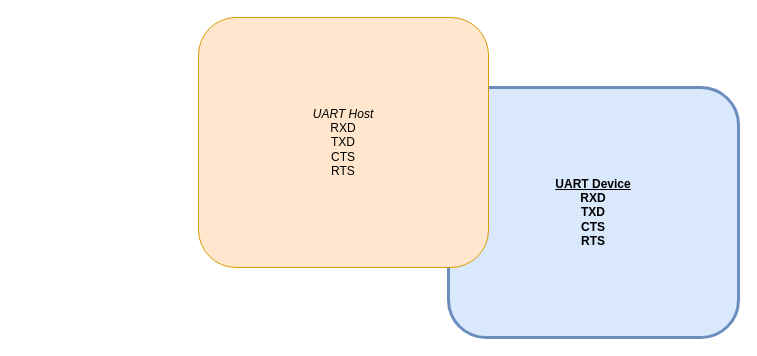
The draw.io diagram Untitled Diagram.drawio in bakulev/Device.Net, before the edit. Source tidied: cells renumbered, new cells numbered last; positions are measured from the earlier drawing's top-left corner, leaving out a move shared by most shapes. Both pictures are drawn from the tidied source at 100%, with x=0, y=0 at pixel (198, 17).
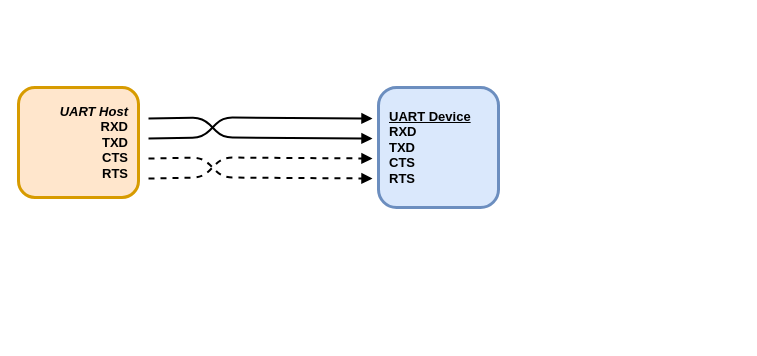
The same diagram, later.

The edit, as a diff of the source:
```diff
@@
 <mxGraphModel>
   <root>
     <mxCell id="0" />
     <mxCell id="1" parent="0" />
-    <mxCell id="2" value="&lt;div&gt;&lt;div&gt;&lt;b&gt;&lt;u&gt;UART Device&lt;/u&gt;&lt;/b&gt;&lt;/div&gt;&lt;div&gt;&lt;b&gt;RXD&lt;/b&gt;&lt;/div&gt;&lt;div&gt;&lt;b&gt;TXD&lt;/b&gt;&lt;/div&gt;&lt;div&gt;&lt;b&gt;CTS&lt;/b&gt;&lt;/div&gt;&lt;div&gt;&lt;b&gt;RTS&lt;/b&gt;&lt;/div&gt;&lt;/div&gt;" style="rounded=1;whiteSpace=wrap;html=1;fillColor=#dae8fc;strokeColor=#6c8ebf;strokeWidth=3;" parent="1" vertex="1">
-      <mxGeometry x="250" y="70" width="290" height="250" as="geometry" />
+    <mxCell id="2" value="&lt;div&gt;&lt;div&gt;&lt;u style=&quot;&quot;&gt;&lt;b&gt;UART Device&lt;/b&gt;&lt;/u&gt;&lt;/div&gt;&lt;div&gt;&lt;b&gt;RXD&lt;/b&gt;&lt;/div&gt;&lt;div&gt;&lt;b&gt;TXD&lt;/b&gt;&lt;/div&gt;&lt;div&gt;&lt;b&gt;CTS&lt;/b&gt;&lt;/div&gt;&lt;div&gt;&lt;b&gt;RTS&lt;/b&gt;&lt;/div&gt;&lt;/div&gt;" style="rounded=1;whiteSpace=wrap;html=1;fillColor=#dae8fc;strokeColor=#6c8ebf;strokeWidth=3;align=left;spacingRight=10;spacingLeft=11;fontSize=13;spacing=0;spacingTop=0;" parent="1" vertex="1">
+      <mxGeometry x="180" y="70" width="120" height="120" as="geometry" />
     </mxCell>
-    <mxCell id="3" value="&lt;div&gt;&lt;i&gt;UART Host&lt;/i&gt;&lt;/div&gt;&lt;div&gt;RXD&lt;/div&gt;&lt;div&gt;TXD&lt;/div&gt;&lt;div&gt;CTS&lt;/div&gt;&lt;div&gt;RTS&lt;/div&gt;" style="rounded=1;whiteSpace=wrap;html=1;fillColor=#ffe6cc;strokeColor=#d79b00;" parent="1" vertex="1">
-      <mxGeometry width="290" height="250" as="geometry" />
+    <mxCell id="3" value="&lt;div&gt;&lt;i&gt;&lt;b&gt;UART Host&lt;/b&gt;&lt;/i&gt;&lt;/div&gt;&lt;div&gt;&lt;b&gt;RXD&lt;/b&gt;&lt;/div&gt;&lt;div&gt;&lt;b&gt;TXD&lt;/b&gt;&lt;/div&gt;&lt;div&gt;&lt;b&gt;CTS&lt;/b&gt;&lt;/div&gt;&lt;div&gt;&lt;b&gt;RTS&lt;/b&gt;&lt;/div&gt;" style="rounded=1;whiteSpace=wrap;html=1;fillColor=#ffe6cc;strokeColor=#d79b00;align=right;fontSize=13;spacing=0;spacingRight=10;spacingLeft=10;strokeWidth=3;" parent="1" vertex="1">
+      <mxGeometry x="-180" y="70" width="120" height="110" as="geometry" />
     </mxCell>
+    <mxCell id="4" style="endArrow=block;strokeWidth=2;" parent="1" edge="1">
+      <mxGeometry relative="1" as="geometry">
+        <mxPoint x="-50" y="121" as="sourcePoint" />
+        <mxPoint x="174" y="101" as="targetPoint" />
+        <Array as="points">
+          <mxPoint x="4" y="120" />
+          <mxPoint x="24" y="100" />
+        </Array>
+      </mxGeometry>
+    </mxCell>
+    <mxCell id="5" style="endArrow=block;strokeWidth=2;" parent="1" edge="1">
+      <mxGeometry relative="1" as="geometry">
+        <mxPoint x="-50" y="101" as="sourcePoint" />
+        <mxPoint x="174" y="121" as="targetPoint" />
+        <Array as="points">
+          <mxPoint x="4" y="100" />
+          <mxPoint x="24" y="120" />
+        </Array>
+      </mxGeometry>
+    </mxCell>
+    <mxCell id="6" style="endArrow=block;strokeWidth=2;dashed=1;" parent="1" edge="1">
+      <mxGeometry relative="1" as="geometry">
+        <mxPoint x="-50" y="141" as="sourcePoint" />
+        <mxPoint x="174" y="161" as="targetPoint" />
+        <Array as="points">
+          <mxPoint x="4" y="140" />
+          <mxPoint x="24" y="160" />
+        </Array>
+      </mxGeometry>
+    </mxCell>
+    <mxCell id="7" style="endArrow=block;strokeWidth=2;dashed=1;" parent="1" edge="1">
+      <mxGeometry relative="1" as="geometry">
+        <mxPoint x="-50" y="161" as="sourcePoint" />
+        <mxPoint x="174" y="141" as="targetPoint" />
+        <Array as="points">
+          <mxPoint x="4" y="160" />
+          <mxPoint x="24" y="140" />
+        </Array>
+      </mxGeometry>
+    </mxCell>
   </root>
 </mxGraphModel>
```
